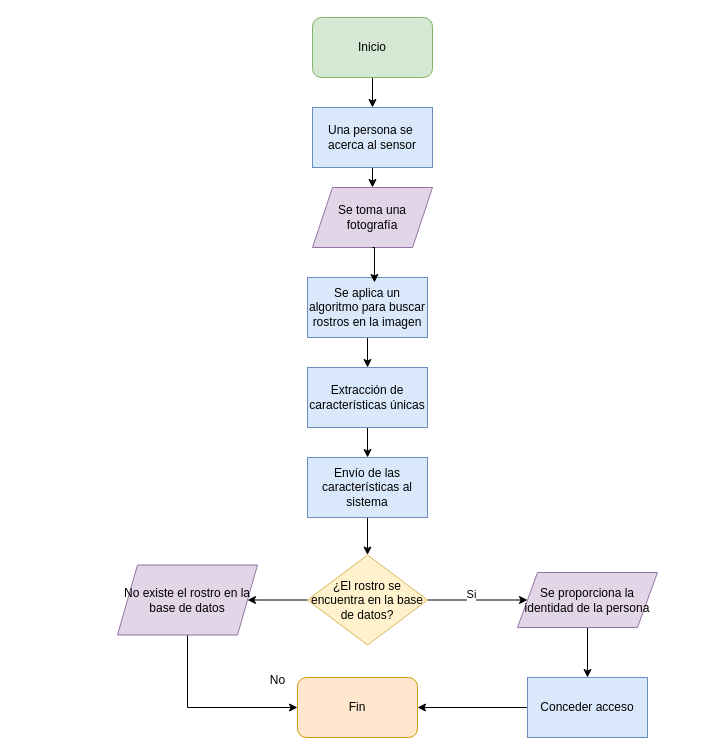
Earlier version of the draw.io diagram Diagrama_flujo_rostro.drawio (jdaniel3331/diagramas-drawio). Source tidied: cells renumbered, new cells numbered last; positions are measured from the earlier drawing's top-left corner, leaving out a move shared by most shapes. Both pictures are drawn from the tidied source at 100%, with x=0, y=0 at pixel (117, 17).
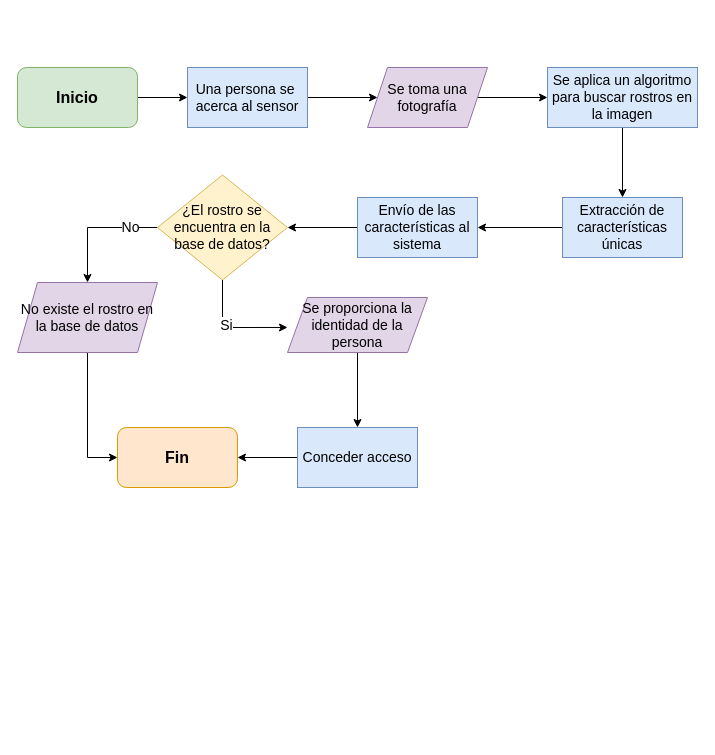
The same page after the edit.

Commit message:
Nuevo acomodo diagrama_flujo_rostro

Unchanged cells that the change refers to:
```xml
<mxCell id="15" style="edgeStyle=orthogonalEdgeStyle;rounded=0;jettySize=auto;html=1;exitX=0;exitY=0.5;exitDx=0;exitDy=0;" parent="1" edge="1" source="16" target="21">
  <mxGeometry relative="1" as="geometry" />
</mxCell>
```

The edit, as a diff of the source:
```diff
@@
-    <mxCell id="2" style="edgeStyle=orthogonalEdgeStyle;rounded=0;jettySize=auto;html=1;exitX=0.5;exitY=1;exitDx=0;exitDy=0;entryX=0.5;entryY=0;entryDx=0;entryDy=0;" parent="1" edge="1" source="3" target="5">
+    <mxCell id="2" style="edgeStyle=orthogonalEdgeStyle;rounded=0;jettySize=auto;html=1;exitX=1;exitY=0.5;exitDx=0;exitDy=0;entryX=0;entryY=0.5;entryDx=0;entryDy=0;" parent="1" edge="1" source="3" target="5">
       <mxGeometry relative="1" as="geometry" />
     </mxCell>
-    <mxCell id="3" value="Inicio" style="rounded=1;whiteSpace=wrap;html=1;fillColor=#d5e8d4;strokeColor=#82b366;" parent="1" vertex="1">
-      <mxGeometry x="195" width="120" height="60" as="geometry" />
+    <mxCell id="3" value="&lt;font size=&quot;1&quot; style=&quot;&quot;&gt;&lt;b style=&quot;font-size: 16px;&quot;&gt;Inicio&lt;/b&gt;&lt;/font&gt;" style="rounded=1;whiteSpace=wrap;html=1;fillColor=#d5e8d4;strokeColor=#82b366;" parent="1" vertex="1">
+      <mxGeometry x="-100" y="50" width="120" height="60" as="geometry" />
     </mxCell>
-    <mxCell id="4" style="edgeStyle=orthogonalEdgeStyle;rounded=0;jettySize=auto;html=1;exitX=0.5;exitY=1;exitDx=0;exitDy=0;entryX=0.5;entryY=0;entryDx=0;entryDy=0;" parent="1" edge="1" source="5" target="6">
+    <mxCell id="4" style="edgeStyle=orthogonalEdgeStyle;rounded=0;jettySize=auto;html=1;exitX=1;exitY=0.5;exitDx=0;exitDy=0;entryX=0;entryY=0.5;entryDx=0;entryDy=0;" parent="1" edge="1" source="5" target="6">
       <mxGeometry relative="1" as="geometry" />
     </mxCell>
-    <mxCell id="5" value="Una persona se&amp;nbsp;&lt;div&gt;acerca al sensor&lt;/div&gt;" style="rounded=0;whiteSpace=wrap;html=1;fillColor=#dae8fc;strokeColor=#6c8ebf;" parent="1" vertex="1">
-      <mxGeometry x="195" y="90" width="120" height="60" as="geometry" />
+    <mxCell id="5" value="&lt;font style=&quot;font-size: 14px;&quot;&gt;Una persona se&amp;nbsp;&lt;/font&gt;&lt;div style=&quot;font-size: 14px;&quot;&gt;&lt;font style=&quot;font-size: 14px;&quot;&gt;acerca al sensor&lt;/font&gt;&lt;/div&gt;" style="rounded=0;whiteSpace=wrap;html=1;fillColor=#dae8fc;strokeColor=#6c8ebf;" parent="1" vertex="1">
+      <mxGeometry x="70" y="50" width="120" height="60" as="geometry" />
     </mxCell>
+    <mxCell id="25" style="edgeStyle=orthogonalEdgeStyle;rounded=0;jettySize=auto;html=1;exitX=1;exitY=0.5;exitDx=0;exitDy=0;entryX=0;entryY=0.5;entryDx=0;entryDy=0;" parent="1" edge="1" source="6" target="8">
+      <mxGeometry relative="1" as="geometry" />
+    </mxCell>
-    <mxCell id="6" value="Se toma una fotografía" style="shape=parallelogram;perimeter=parallelogramPerimeter;whiteSpace=wrap;html=1;fixedSize=1;fillColor=#e1d5e7;strokeColor=#9673a6;" parent="1" vertex="1">
-      <mxGeometry x="195" y="170" width="120" height="60" as="geometry" />
+    <mxCell id="6" value="&lt;font style=&quot;font-size: 14px;&quot;&gt;Se toma una fotografía&lt;/font&gt;" style="shape=parallelogram;perimeter=parallelogramPerimeter;whiteSpace=wrap;html=1;fixedSize=1;fillColor=#e1d5e7;strokeColor=#9673a6;" parent="1" vertex="1">
+      <mxGeometry x="250" y="50" width="120" height="60" as="geometry" />
     </mxCell>
@@
-    <mxCell id="8" value="Se aplica un algoritmo para buscar rostros en la imagen" style="rounded=0;whiteSpace=wrap;html=1;fillColor=#dae8fc;strokeColor=#6c8ebf;" parent="1" vertex="1">
-      <mxGeometry x="190" y="260" width="120" height="60" as="geometry" />
+    <mxCell id="8" value="&lt;font style=&quot;font-size: 14px;&quot;&gt;Se aplica un algoritmo para buscar rostros en la imagen&lt;/font&gt;" style="rounded=0;whiteSpace=wrap;html=1;fillColor=#dae8fc;strokeColor=#6c8ebf;" parent="1" vertex="1">
+      <mxGeometry x="430" y="50" width="150" height="60" as="geometry" />
     </mxCell>
-    <mxCell id="9" style="edgeStyle=orthogonalEdgeStyle;rounded=0;jettySize=auto;html=1;exitX=0.5;exitY=1;exitDx=0;exitDy=0;" parent="1" edge="1" source="10" target="12">
+    <mxCell id="9" style="edgeStyle=orthogonalEdgeStyle;rounded=0;jettySize=auto;html=1;exitX=0;exitY=0.5;exitDx=0;exitDy=0;entryX=1;entryY=0.5;entryDx=0;entryDy=0;" parent="1" edge="1" source="10" target="12">
       <mxGeometry relative="1" as="geometry" />
     </mxCell>
-    <mxCell id="10" value="Extracción de características únicas" style="rounded=0;whiteSpace=wrap;html=1;fillColor=#dae8fc;strokeColor=#6c8ebf;" parent="1" vertex="1">
-      <mxGeometry x="190" y="350" width="120" height="60" as="geometry" />
+    <mxCell id="10" value="&lt;font style=&quot;font-size: 14px;&quot;&gt;Extracción de características únicas&lt;/font&gt;" style="rounded=0;whiteSpace=wrap;html=1;fillColor=#dae8fc;strokeColor=#6c8ebf;" parent="1" vertex="1">
+      <mxGeometry x="445" y="180" width="120" height="60" as="geometry" />
     </mxCell>
-    <mxCell id="11" style="edgeStyle=orthogonalEdgeStyle;rounded=0;jettySize=auto;html=1;exitX=0.5;exitY=1;exitDx=0;exitDy=0;entryX=0.5;entryY=0;entryDx=0;entryDy=0;" parent="1" edge="1" source="12" target="16">
+    <mxCell id="11" style="edgeStyle=orthogonalEdgeStyle;rounded=0;jettySize=auto;html=1;exitX=0;exitY=0.5;exitDx=0;exitDy=0;entryX=1;entryY=0.5;entryDx=0;entryDy=0;" parent="1" edge="1" source="12" target="16">
       <mxGeometry relative="1" as="geometry" />
     </mxCell>
-    <mxCell id="12" value="Envío de las características al sistema" style="rounded=0;whiteSpace=wrap;html=1;fillColor=#dae8fc;strokeColor=#6c8ebf;" parent="1" vertex="1">
-      <mxGeometry x="190" y="440" width="120" height="60" as="geometry" />
+    <mxCell id="12" value="&lt;font style=&quot;font-size: 14px;&quot;&gt;Envío de las características al sistema&lt;/font&gt;" style="rounded=0;whiteSpace=wrap;html=1;fillColor=#dae8fc;strokeColor=#6c8ebf;" parent="1" vertex="1">
+      <mxGeometry x="240" y="180" width="120" height="60" as="geometry" />
     </mxCell>
-    <mxCell id="13" style="edgeStyle=orthogonalEdgeStyle;rounded=0;jettySize=auto;html=1;exitX=1;exitY=0.5;exitDx=0;exitDy=0;entryX=0;entryY=0.5;entryDx=0;entryDy=0;" parent="1" edge="1" source="16" target="19">
-      <mxGeometry relative="1" as="geometry" />
-    </mxCell>
-    <mxCell id="14" value="Si" style="edgeLabel;html=1;align=center;verticalAlign=middle;" parent="13" vertex="1">
-      <mxGeometry x="-0.14" y="6" relative="1" as="geometry" />
-    </mxCell>
@@
+    <mxCell id="17" value="No" style="edgeLabel;html=1;align=center;verticalAlign=middle;fontSize=14;" parent="15" vertex="1">
+      <mxGeometry x="-0.55" y="-1" relative="1" as="geometry" />
+    </mxCell>
-    <mxCell id="16" value="¿El rostro se encuentra en la base de datos?" style="rhombus;whiteSpace=wrap;html=1;fillColor=#fff2cc;strokeColor=#d6b656;" parent="1" vertex="1">
-      <mxGeometry x="190" y="537.5" width="120" height="90" as="geometry" />
+    <mxCell id="16" value="&lt;font style=&quot;font-size: 14px;&quot;&gt;¿El rostro se encuentra en la base de datos?&lt;/font&gt;" style="rhombus;whiteSpace=wrap;html=1;fillColor=#fff2cc;strokeColor=#d6b656;" parent="1" vertex="1">
+      <mxGeometry x="40" y="157.5" width="130" height="105" as="geometry" />
     </mxCell>
-    <mxCell id="17" value="No" style="text;html=1;align=center;verticalAlign=middle;strokeColor=none;fillColor=none;" parent="1" vertex="1">
-      <mxGeometry x="140" y="648" width="40" height="30" as="geometry" />
-    </mxCell>
@@
-    <mxCell id="19" value="Se proporciona la identidad de la persona" style="shape=parallelogram;perimeter=parallelogramPerimeter;whiteSpace=wrap;html=1;fixedSize=1;fillColor=#e1d5e7;strokeColor=#9673a6;" parent="1" vertex="1">
-      <mxGeometry x="400" y="555" width="140" height="55" as="geometry" />
+    <mxCell id="19" value="&lt;font style=&quot;font-size: 14px;&quot;&gt;Se proporciona la identidad de la persona&lt;/font&gt;" style="shape=parallelogram;perimeter=parallelogramPerimeter;whiteSpace=wrap;html=1;fixedSize=1;fillColor=#e1d5e7;strokeColor=#9673a6;" parent="1" vertex="1">
+      <mxGeometry x="170" y="280" width="140" height="55" as="geometry" />
     </mxCell>
@@
-    <mxCell id="21" value="No existe el rostro en la base de datos" style="shape=parallelogram;perimeter=parallelogramPerimeter;whiteSpace=wrap;html=1;fixedSize=1;fillColor=#e1d5e7;strokeColor=#9673a6;" parent="1" vertex="1">
-      <mxGeometry y="547.5" width="140" height="70" as="geometry" />
+    <mxCell id="21" value="&lt;font style=&quot;font-size: 14px;&quot;&gt;No existe el rostro en la base de datos&lt;/font&gt;" style="shape=parallelogram;perimeter=parallelogramPerimeter;whiteSpace=wrap;html=1;fixedSize=1;fillColor=#e1d5e7;strokeColor=#9673a6;" parent="1" vertex="1">
+      <mxGeometry x="-100" y="265" width="140" height="70" as="geometry" />
     </mxCell>
@@
-    <mxCell id="23" value="Conceder acceso" style="rounded=0;whiteSpace=wrap;html=1;fillColor=#dae8fc;strokeColor=#6c8ebf;" parent="1" vertex="1">
-      <mxGeometry x="410" y="660" width="120" height="60" as="geometry" />
+    <mxCell id="23" value="&lt;font style=&quot;font-size: 14px;&quot;&gt;Conceder acceso&lt;/font&gt;" style="rounded=0;whiteSpace=wrap;html=1;fillColor=#dae8fc;strokeColor=#6c8ebf;" parent="1" vertex="1">
+      <mxGeometry x="180" y="410" width="120" height="60" as="geometry" />
     </mxCell>
-    <mxCell id="24" value="Fin" style="rounded=1;whiteSpace=wrap;html=1;fillColor=#ffe6cc;strokeColor=#d79b00;" parent="1" vertex="1">
-      <mxGeometry x="180" y="660" width="120" height="60" as="geometry" />
+    <mxCell id="24" value="&lt;font size=&quot;1&quot; style=&quot;&quot;&gt;&lt;b style=&quot;font-size: 16px;&quot;&gt;Fin&lt;/b&gt;&lt;/font&gt;" style="rounded=1;whiteSpace=wrap;html=1;fillColor=#ffe6cc;strokeColor=#d79b00;" parent="1" vertex="1">
+      <mxGeometry y="410" width="120" height="60" as="geometry" />
     </mxCell>
-    <mxCell id="25" style="edgeStyle=orthogonalEdgeStyle;rounded=0;jettySize=auto;html=1;exitX=0.5;exitY=1;exitDx=0;exitDy=0;entryX=0.558;entryY=0.083;entryDx=0;entryDy=0;entryPerimeter=0;" parent="1" edge="1" source="6" target="8">
-      <mxGeometry relative="1" as="geometry" />
-    </mxCell>
+    <mxCell id="13" style="edgeStyle=orthogonalEdgeStyle;rounded=0;jettySize=auto;html=1;entryX=0;entryY=0.545;entryDx=0;entryDy=0;entryPerimeter=0;" parent="1" edge="1" source="16" target="19">
+      <mxGeometry relative="1" as="geometry" />
+    </mxCell>
+    <mxCell id="14" value="Si" style="edgeLabel;html=1;align=center;verticalAlign=middle;fontSize=14;" parent="13" vertex="1">
+      <mxGeometry x="-0.2" y="3" relative="1" as="geometry" />
+    </mxCell>
```
